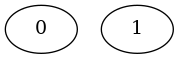
Above: algorithm_visualizer/src/save/tmp/ugraph.png in Les-Alchimistes-Labs/AlgorithmVisualizer (Graphviz), before the change. Its source is kept beside it as algorithm_visualizer/src/save/tmp/ugraph.dot.
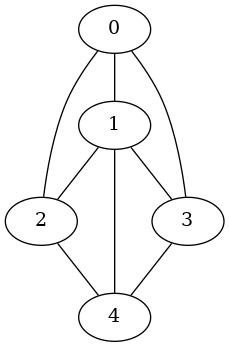
The same diagram one commit later.

What changed in the source:
```diff
@@ -1,4 +1,15 @@
-graph ugraph {
+graph ugraph { // 5
+n0--n1 // 0 1
+n0--n2 // 0 2
+n0--n3 // 0 3
+n1--n2 // 1 2
+n1--n3 // 1 3
+n1--n4 // 1 4
+n2--n4 // 2 4
+n3--n4 // 3 4
 n0 [label="0"]
 n1 [label="1"]
+n2 [label="2"]
+n3 [label="3"]
+n4 [label="4"]
 }
```
